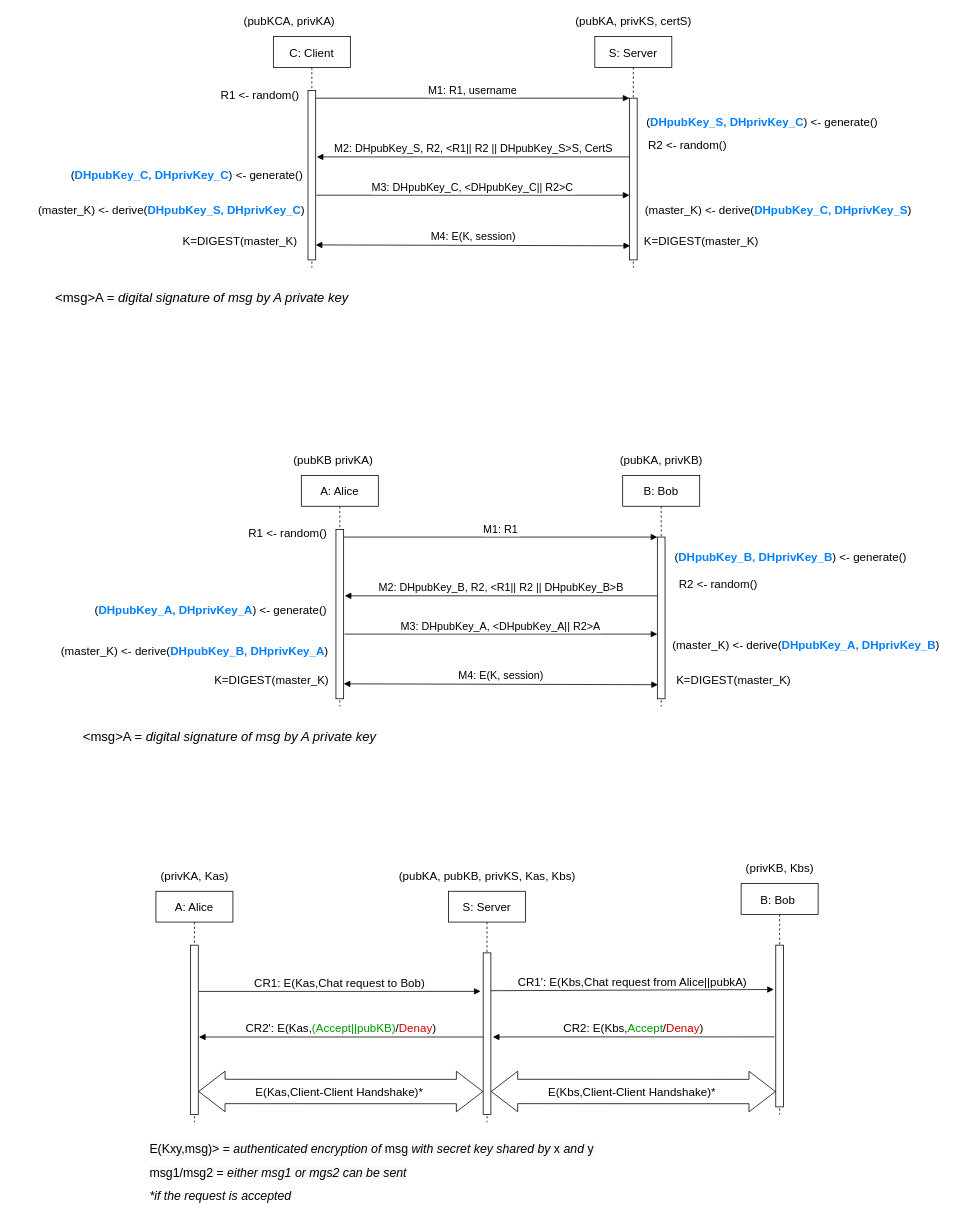
This is page "Pagina-2" (2 of 2) of schema/AuthClientServer.drawio from gerti98/secureCom, a draw.io file, before an edit. Source tidied: cells renumbered, new cells numbered last; positions are measured from the earlier drawing's top-left corner, leaving out a move shared by most shapes. Both pictures are drawn from the tidied source at 77%, with x=0, y=0 at pixel (32, 13).
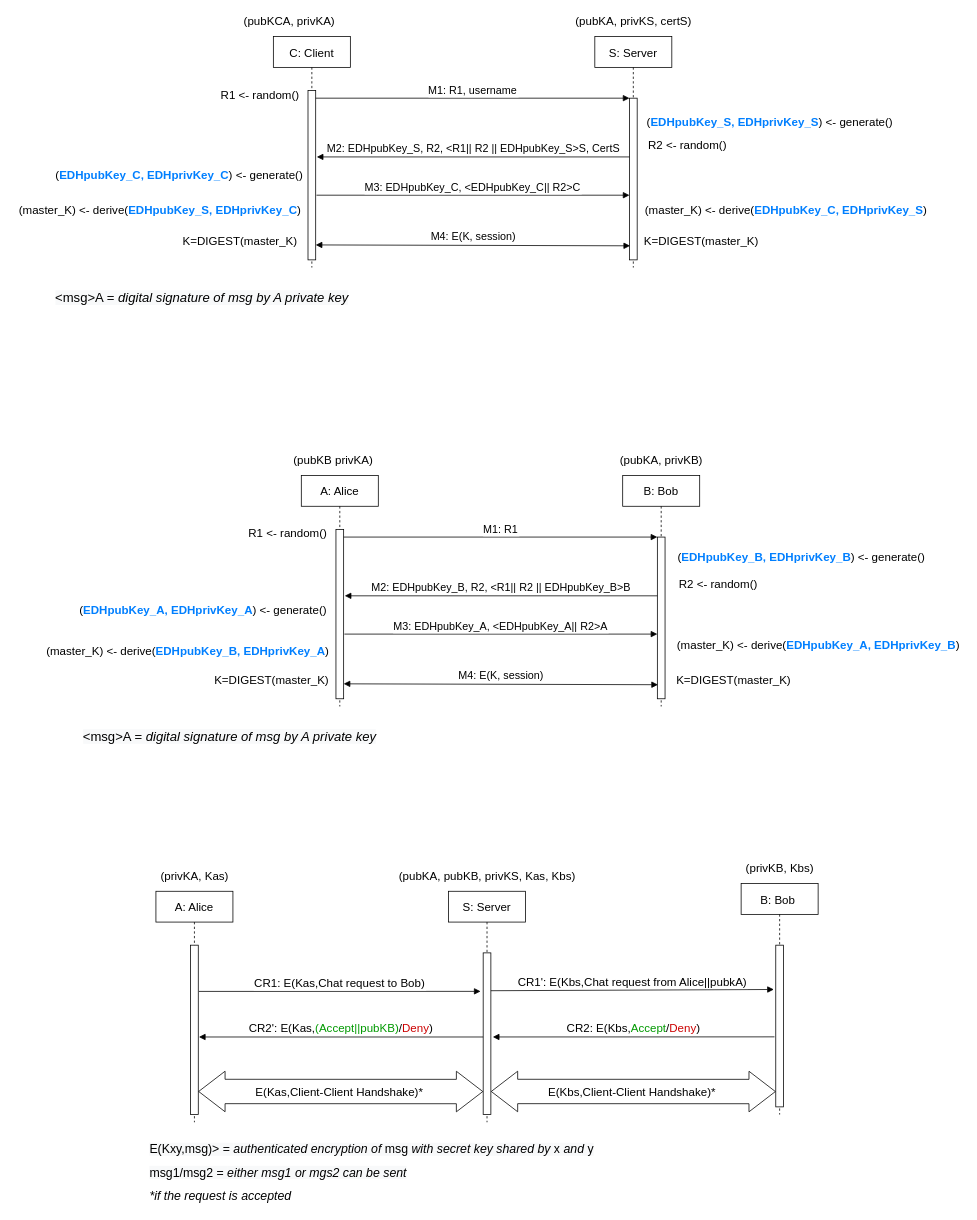
The same page after the edit.

Unchanged cells that the change refers to:
```xml
<mxCell id="5" style="points=[];perimeter=orthogonalPerimeter;rounded=0;shadow=0;strokeWidth=1;" parent="4" vertex="1">
  <mxGeometry x="45" y="80" width="10" height="210" as="geometry" />
</mxCell>
<mxCell id="23" style="points=[];perimeter=orthogonalPerimeter;rounded=0;shadow=0;strokeWidth=1;" parent="22" vertex="1">
  <mxGeometry x="45" y="80" width="10" height="210" as="geometry" />
</mxCell>
<mxCell id="38" style="points=[];perimeter=orthogonalPerimeter;rounded=0;shadow=0;strokeWidth=1;fontSize=15;" parent="37" vertex="1">
  <mxGeometry x="45" y="70" width="10" height="220" as="geometry" />
</mxCell>
<mxCell id="40" style="points=[];perimeter=orthogonalPerimeter;rounded=0;shadow=0;strokeWidth=1;fontSize=15;" parent="39" vertex="1">
  <mxGeometry x="45" y="80" width="10" height="210" as="geometry" />
</mxCell>
<mxCell id="45" style="points=[];perimeter=orthogonalPerimeter;rounded=0;shadow=0;strokeWidth=1;fontSize=15;" parent="44" vertex="1">
  <mxGeometry x="45" y="80" width="10" height="210" as="geometry" />
</mxCell>
```

What changed in the source:
```diff
@@
-    <mxCell id="7" value="M2: DHpubKey_S, R2, &amp;lt;R1|| R2 || DHpubKey_S&amp;gt;S, CertS" style="html=1;verticalAlign=bottom;endArrow=block;entryX=1.144;entryY=0.224;entryDx=0;entryDy=0;entryPerimeter=0;fontSize=14;" parent="1" edge="1" source="5">
+    <mxCell id="7" value="M2: EDHpubKey_S, R2, &amp;lt;R1|| R2 || EDHpubKey_S&amp;gt;S, CertS" style="html=1;verticalAlign=bottom;endArrow=block;entryX=1.144;entryY=0.224;entryDx=0;entryDy=0;entryPerimeter=0;fontSize=14;" parent="1" edge="1" source="5">
       <mxGeometry relative="1" as="geometry">
         <mxPoint x="368.9" y="186.3" as="targetPoint" />
       </mxGeometry>
     </mxCell>
@@
-    <mxCell id="10" value="M3: DHpubKey_C, &lt;DHpubKey_C|| R2&gt;C" style="verticalAlign=bottom;endArrow=block;entryX=0;entryY=0.6;shadow=0;strokeWidth=1;entryDx=0;entryDy=0;entryPerimeter=0;fontSize=14;" parent="1" edge="1" target="5">
+    <mxCell id="10" value="M3: EDHpubKey_C, &lt;EDHpubKey_C|| R2&gt;C" style="verticalAlign=bottom;endArrow=block;entryX=0;entryY=0.6;shadow=0;strokeWidth=1;entryDx=0;entryDy=0;entryPerimeter=0;fontSize=14;" parent="1" edge="1" target="5">
       <mxGeometry relative="1" as="geometry">
         <mxPoint x="368.5" y="236" as="sourcePoint" />
       </mxGeometry>
     </mxCell>
@@
-    <mxCell id="14" value="(&lt;font style=&quot;font-size: 15px&quot; color=&quot;#007fff&quot;&gt;&lt;b&gt;DHpubKey_S, DHprivKey_C&lt;/b&gt;&lt;/font&gt;) &amp;lt;- generate()" style="text;html=1;align=center;verticalAlign=middle;fontSize=15;" parent="1" vertex="1">
-      <mxGeometry x="787" y="130" width="320" height="20" as="geometry" />
+    <mxCell id="14" value="(&lt;font style=&quot;font-size: 15px&quot; color=&quot;#007fff&quot;&gt;&lt;b&gt;EDHpubKey_S, EDHprivKey_S&lt;/b&gt;&lt;/font&gt;) &amp;lt;- generate()" style="text;html=1;align=center;verticalAlign=middle;fontSize=15;" parent="1" vertex="1">
+      <mxGeometry x="787" y="130" width="340" height="20" as="geometry" />
     </mxCell>
-    <mxCell id="15" value="(&lt;font style=&quot;font-size: 15px&quot; color=&quot;#007fff&quot;&gt;&lt;b&gt;DHpubKey_C, DHprivKey_C&lt;/b&gt;&lt;/font&gt;) &amp;lt;- generate()" style="text;html=1;align=center;verticalAlign=middle;fontSize=15;" parent="1" vertex="1">
-      <mxGeometry x="40" y="200" width="320" height="20" as="geometry" />
+    <mxCell id="15" value="(&lt;font style=&quot;font-size: 15px&quot; color=&quot;#007fff&quot;&gt;&lt;b&gt;EDHpubKey_C, EDHprivKey_C&lt;/b&gt;&lt;/font&gt;) &amp;lt;- generate()" style="text;html=1;align=center;verticalAlign=middle;fontSize=15;" parent="1" vertex="1">
+      <mxGeometry x="20" y="200" width="340" height="20" as="geometry" />
     </mxCell>
-    <mxCell id="16" value="(master_K) &amp;lt;- derive(&lt;b style=&quot;color: rgb(0 , 127 , 255)&quot;&gt;DHpubKey_S, DHprivKey_C&lt;/b&gt;)" style="text;html=1;align=center;verticalAlign=middle;fontSize=15;" parent="1" vertex="1">
-      <mxGeometry y="245" width="360" height="20" as="geometry" />
+    <mxCell id="16" value="(master_K) &amp;lt;- derive(&lt;b style=&quot;color: rgb(0 , 127 , 255)&quot;&gt;EDHpubKey_S, EDHprivKey_C&lt;/b&gt;)" style="text;html=1;align=center;verticalAlign=middle;fontSize=15;" parent="1" vertex="1">
+      <mxGeometry x="-25" y="245" width="380" height="20" as="geometry" />
     </mxCell>
@@
-    <mxCell id="25" value="M2: DHpubKey_B, R2, &amp;lt;R1|| R2 || DHpubKey_B&amp;gt;B" style="html=1;verticalAlign=bottom;endArrow=block;entryX=1.144;entryY=0.224;entryDx=0;entryDy=0;entryPerimeter=0;fontSize=14;" parent="1" edge="1" source="23">
+    <mxCell id="25" value="M2: EDHpubKey_B, R2, &amp;lt;R1|| R2 || EDHpubKey_B&amp;gt;B" style="html=1;verticalAlign=bottom;endArrow=block;entryX=1.144;entryY=0.224;entryDx=0;entryDy=0;entryPerimeter=0;fontSize=14;" parent="1" edge="1" source="23">
       <mxGeometry relative="1" as="geometry">
         <mxPoint x="405.2" y="756.3" as="targetPoint" />
       </mxGeometry>
     </mxCell>
@@
-    <mxCell id="28" value="M3: DHpubKey_A, &lt;DHpubKey_A|| R2&gt;A" style="verticalAlign=bottom;endArrow=block;entryX=0;entryY=0.6;shadow=0;strokeWidth=1;entryDx=0;entryDy=0;entryPerimeter=0;fontSize=14;" parent="1" edge="1" target="23">
+    <mxCell id="28" value="M3: EDHpubKey_A, &lt;EDHpubKey_A|| R2&gt;A" style="verticalAlign=bottom;endArrow=block;entryX=0;entryY=0.6;shadow=0;strokeWidth=1;entryDx=0;entryDy=0;entryPerimeter=0;fontSize=14;" parent="1" edge="1" target="23">
       <mxGeometry relative="1" as="geometry">
         <mxPoint x="404.8" y="806" as="sourcePoint" />
       </mxGeometry>
     </mxCell>
@@
-    <mxCell id="32" value="(&lt;b style=&quot;color: rgb(0 , 127 , 255)&quot;&gt;DHpubKey_B, DHprivKey_B&lt;/b&gt;) &amp;lt;- generate()" style="text;html=1;align=center;verticalAlign=middle;fontSize=15;" parent="1" vertex="1">
-      <mxGeometry x="823.8" y="695" width="320" height="20" as="geometry" />
+    <mxCell id="32" value="(&lt;b style=&quot;color: rgb(0 , 127 , 255)&quot;&gt;EDHpubKey_B, EDHprivKey_B&lt;/b&gt;) &amp;lt;- generate()" style="text;html=1;align=center;verticalAlign=middle;fontSize=15;" parent="1" vertex="1">
+      <mxGeometry x="827.5" y="695" width="340" height="20" as="geometry" />
     </mxCell>
-    <mxCell id="33" value="(&lt;b style=&quot;color: rgb(0 , 127 , 255)&quot;&gt;DHpubKey_A, DHprivKey_A&lt;/b&gt;) &amp;lt;- generate()" style="text;html=1;align=center;verticalAlign=middle;fontSize=15;" parent="1" vertex="1">
-      <mxGeometry x="71.2" y="765" width="320" height="20" as="geometry" />
+    <mxCell id="33" value="(&lt;b style=&quot;color: rgb(0 , 127 , 255)&quot;&gt;EDHpubKey_A, EDHprivKey_A&lt;/b&gt;) &amp;lt;- generate()" style="text;html=1;align=center;verticalAlign=middle;fontSize=15;" parent="1" vertex="1">
+      <mxGeometry x="51.2" y="765" width="340" height="20" as="geometry" />
     </mxCell>
@@
-    <mxCell id="42" value="CR2: E(Kbs,&lt;font color=&quot;#009900&quot;&gt;Accept&lt;/font&gt;/&lt;font color=&quot;#cc0000&quot;&gt;Denay&lt;/font&gt;)" style="html=1;verticalAlign=bottom;endArrow=block;entryX=1.25;entryY=0.52;entryDx=0;entryDy=0;entryPerimeter=0;exitX=-0.167;exitY=0.567;exitDx=0;exitDy=0;exitPerimeter=0;fontSize=15;" parent="1" edge="1" source="45" target="40">
+    <mxCell id="42" value="CR2: E(Kbs,&lt;font color=&quot;#009900&quot;&gt;Accept&lt;/font&gt;/&lt;font color=&quot;#cc0000&quot;&gt;Deny&lt;/font&gt;)" style="html=1;verticalAlign=bottom;endArrow=block;entryX=1.25;entryY=0.52;entryDx=0;entryDy=0;entryPerimeter=0;exitX=-0.167;exitY=0.567;exitDx=0;exitDy=0;exitPerimeter=0;fontSize=15;" parent="1" edge="1" source="45" target="40">
       <mxGeometry relative="1" as="geometry" />
     </mxCell>
@@
-    <mxCell id="47" value="CR2': E(Kas,&lt;font color=&quot;#009900&quot;&gt;(Accept||pubKB)&lt;/font&gt;/&lt;font color=&quot;#cc0000&quot;&gt;Denay&lt;/font&gt;)" style="html=1;verticalAlign=bottom;endArrow=block;fontSize=15;entryX=1.083;entryY=0.542;entryDx=0;entryDy=0;entryPerimeter=0;" parent="1" edge="1" source="40" target="38">
+    <mxCell id="47" value="CR2': E(Kas,&lt;font color=&quot;#009900&quot;&gt;(Accept||pubKB)&lt;/font&gt;/&lt;font color=&quot;#cc0000&quot;&gt;Deny&lt;/font&gt;)" style="html=1;verticalAlign=bottom;endArrow=block;fontSize=15;entryX=1.083;entryY=0.542;entryDx=0;entryDy=0;entryPerimeter=0;" parent="1" edge="1" source="40" target="38">
       <mxGeometry relative="1" as="geometry" />
     </mxCell>
@@
-    <mxCell id="57" value="(master_K) &amp;lt;- derive(&lt;b style=&quot;color: rgb(0 , 127 , 255)&quot;&gt;DHpubKey_C, DHprivKey_S&lt;/b&gt;)" style="text;html=1;align=center;verticalAlign=middle;fontSize=15;" parent="1" vertex="1">
-      <mxGeometry x="787.5" y="245" width="360" height="20" as="geometry" />
+    <mxCell id="57" value="(master_K) &amp;lt;- derive(&lt;b style=&quot;color: rgb(0 , 127 , 255)&quot;&gt;EDHpubKey_C, EDHprivKey_S&lt;/b&gt;)" style="text;html=1;align=center;verticalAlign=middle;fontSize=15;" parent="1" vertex="1">
+      <mxGeometry x="787.5" y="245" width="380" height="20" as="geometry" />
     </mxCell>
-    <mxCell id="58" value="(master_K) &amp;lt;- derive(&lt;b style=&quot;color: rgb(0 , 127 , 255)&quot;&gt;DHpubKey_A, DHprivKey_B&lt;/b&gt;)" style="text;html=1;align=center;verticalAlign=middle;fontSize=15;" parent="1" vertex="1">
-      <mxGeometry x="823.8" y="810" width="360" height="20" as="geometry" />
+    <mxCell id="58" value="(master_K) &amp;lt;- derive(&lt;b style=&quot;color: rgb(0 , 127 , 255)&quot;&gt;EDHpubKey_A, EDHprivKey_B&lt;/b&gt;)" style="text;html=1;align=center;verticalAlign=middle;fontSize=15;" parent="1" vertex="1">
+      <mxGeometry x="830" y="810" width="380" height="20" as="geometry" />
     </mxCell>
-    <mxCell id="59" value="(master_K) &amp;lt;- derive(&lt;b style=&quot;color: rgb(0 , 127 , 255)&quot;&gt;DHpubKey_B, DHprivKey_A&lt;/b&gt;)" style="text;html=1;align=center;verticalAlign=middle;fontSize=15;" parent="1" vertex="1">
-      <mxGeometry x="30" y="818" width="360" height="20" as="geometry" />
+    <mxCell id="59" value="(master_K) &amp;lt;- derive(&lt;b style=&quot;color: rgb(0 , 127 , 255)&quot;&gt;EDHpubKey_B, EDHprivKey_A&lt;/b&gt;)" style="text;html=1;align=center;verticalAlign=middle;fontSize=15;" parent="1" vertex="1">
+      <mxGeometry x="11.2" y="818" width="380" height="20" as="geometry" />
     </mxCell>
```
